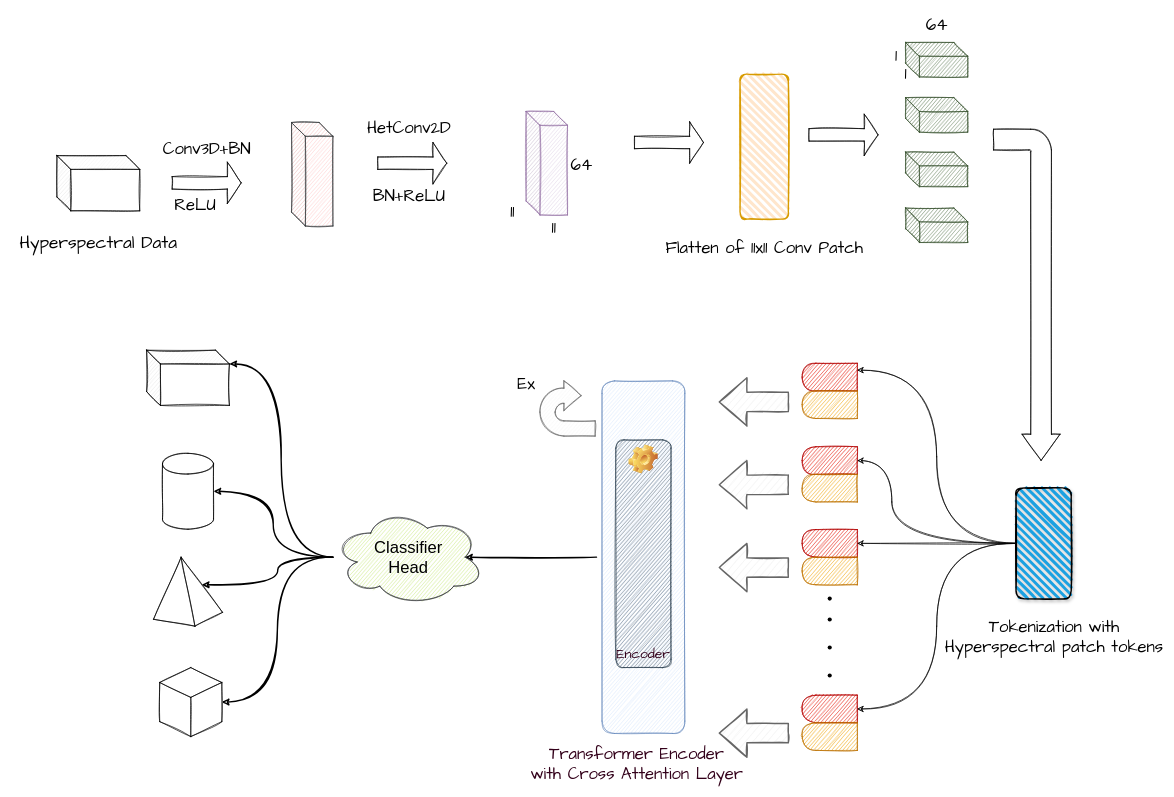
yzfzzz/DrawImage keeps this draw.io diagram as Untitled Diagram.drawio. Above is the earlier version. Source tidied: cells renumbered, new cells numbered last; positions are measured from the earlier drawing's top-left corner, leaving out a move shared by most shapes. Both pictures are drawn from the tidied source at 69%, with x=0, y=0 at pixel (12, 12). Pictures stored in the file or linked from it are replaced by grey dashed boxes.
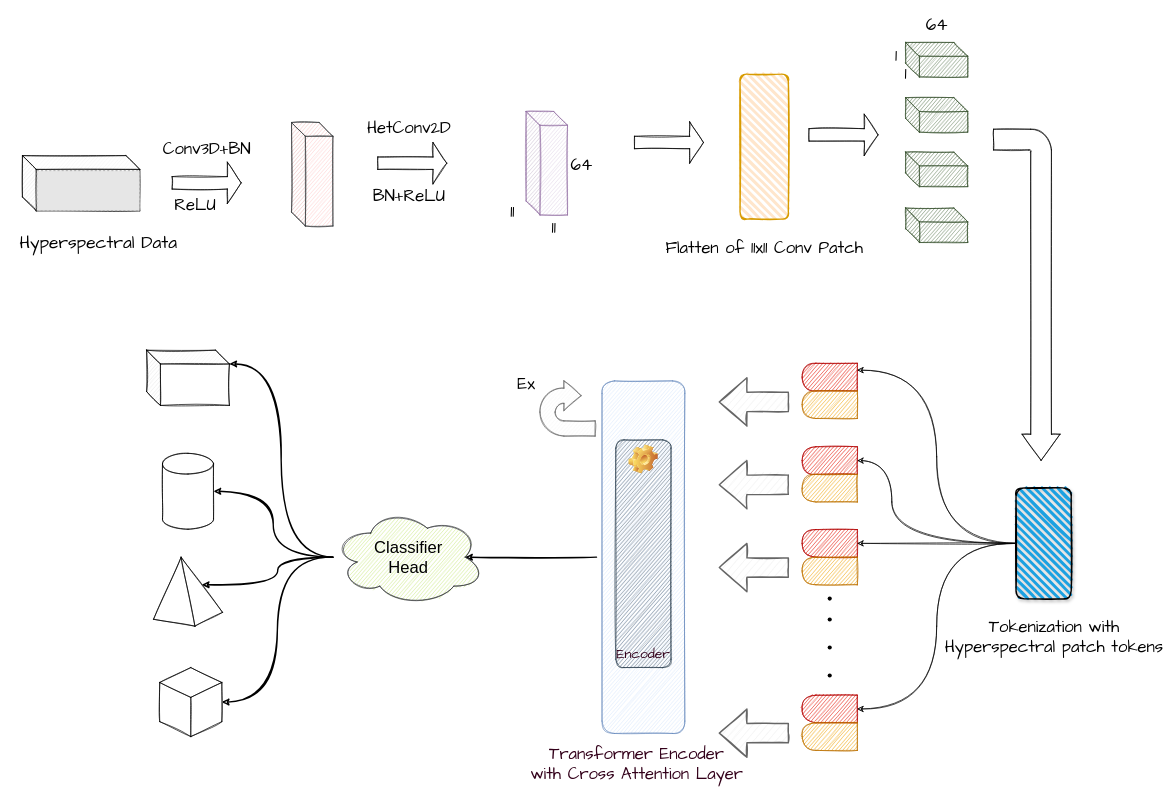
The same diagram, later.

Diff of the diagram source:
```diff
@@
     <mxCell id="42" style="shape=cube;whiteSpace=wrap;html=1;boundedLbl=1;backgroundOutline=1;darkOpacity=0.05;darkOpacity2=0.1;shadow=0;sketch=1;gradientColor=#ffffff;" parent="1" vertex="1">
-      <mxGeometry x="65" y="208" width="120" height="80" as="geometry" />
+      <mxGeometry x="15" y="208" width="170" height="80" as="geometry" />
     </mxCell>
@@
+    <mxCell id="69" style="fillColor=#E6E6E6;strokeColor=#999999;dashed=1;verticalLabelPosition=bottom;labelBackgroundColor=default;verticalAlign=top;" parent="1" vertex="1">
+      <mxGeometry x="35.9" y="229.8" width="149.1" height="58.2" as="geometry" />
+    </mxCell>
```
